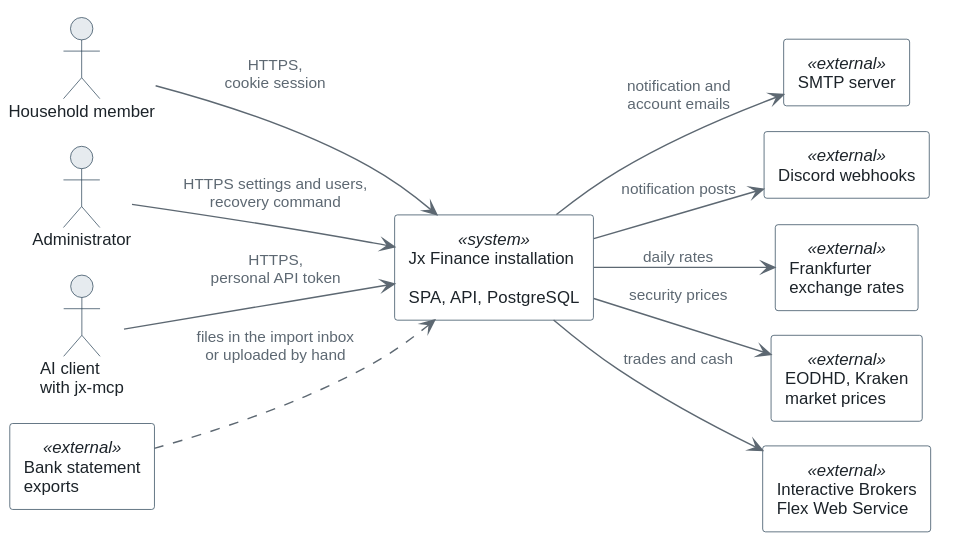
Earlier version of the PlantUML export docs/architecture/diagrams/system-context.svg (Justxs/Jx-Finance). Source of this version:
```plantuml
@startuml
!include style.iuml
left to right direction

actor "Household member" as member
actor "Administrator" as admin
actor "AI client\nwith jx-mcp" as ai
rectangle "Bank statement\nexports" <<external>> as bank

rectangle "Jx Finance installation\n\nSPA, API, PostgreSQL" <<system>> as jx

rectangle "SMTP server" <<external>> as smtp
rectangle "Discord webhooks" <<external>> as discord
rectangle "Frankfurter\nexchange rates" <<external>> as frankfurter
rectangle "EODHD, Kraken\nmarket prices" <<external>> as prices
rectangle "Interactive Brokers\nFlex Web Service" <<external>> as ibkr

member --> jx : HTTPS,\ncookie session
admin --> jx : HTTPS settings and users,\nrecovery command
ai --> jx : HTTPS,\npersonal API token
bank ..> jx : files in the import inbox\nor uploaded by hand

jx --> smtp : notification and\naccount emails
jx --> discord : notification posts
jx --> frankfurter : daily rates
jx --> prices : security prices
jx --> ibkr : trades and cash
@enduml
```
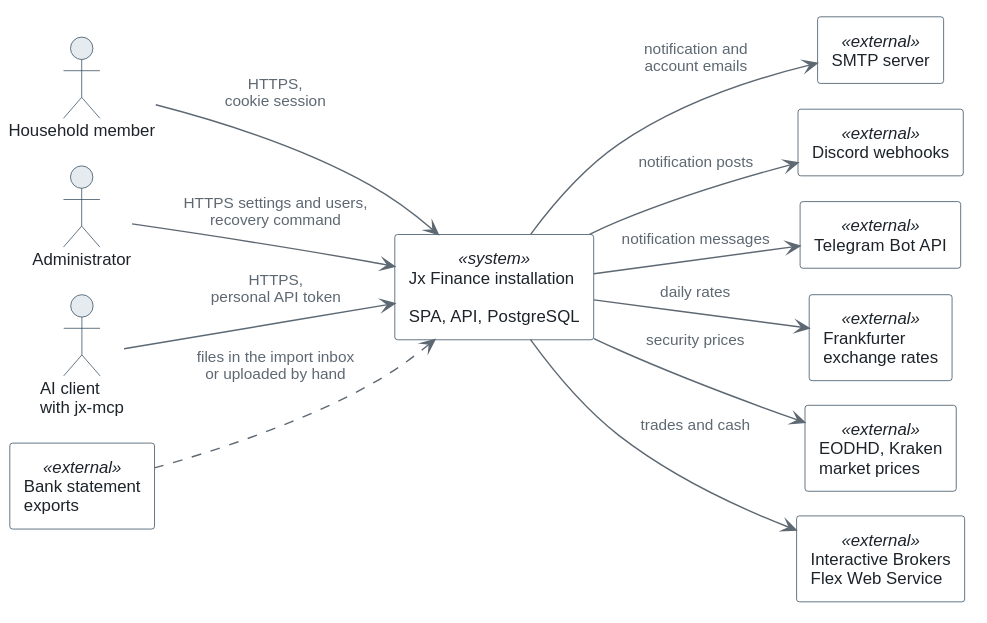
Above is the later version.

What changed in the source:
```diff
@@ -11,6 +11,7 @@
 
 rectangle "SMTP server" <<external>> as smtp
 rectangle "Discord webhooks" <<external>> as discord
+rectangle "Telegram Bot API" <<external>> as telegram
 rectangle "Frankfurter\nexchange rates" <<external>> as frankfurter
 rectangle "EODHD, Kraken\nmarket prices" <<external>> as prices
 rectangle "Interactive Brokers\nFlex Web Service" <<external>> as ibkr
@@ -22,6 +23,7 @@
 
 jx --> smtp : notification and\naccount emails
 jx --> discord : notification posts
+jx --> telegram : notification messages
 jx --> frankfurter : daily rates
 jx --> prices : security prices
 jx --> ibkr : trades and cash
```
